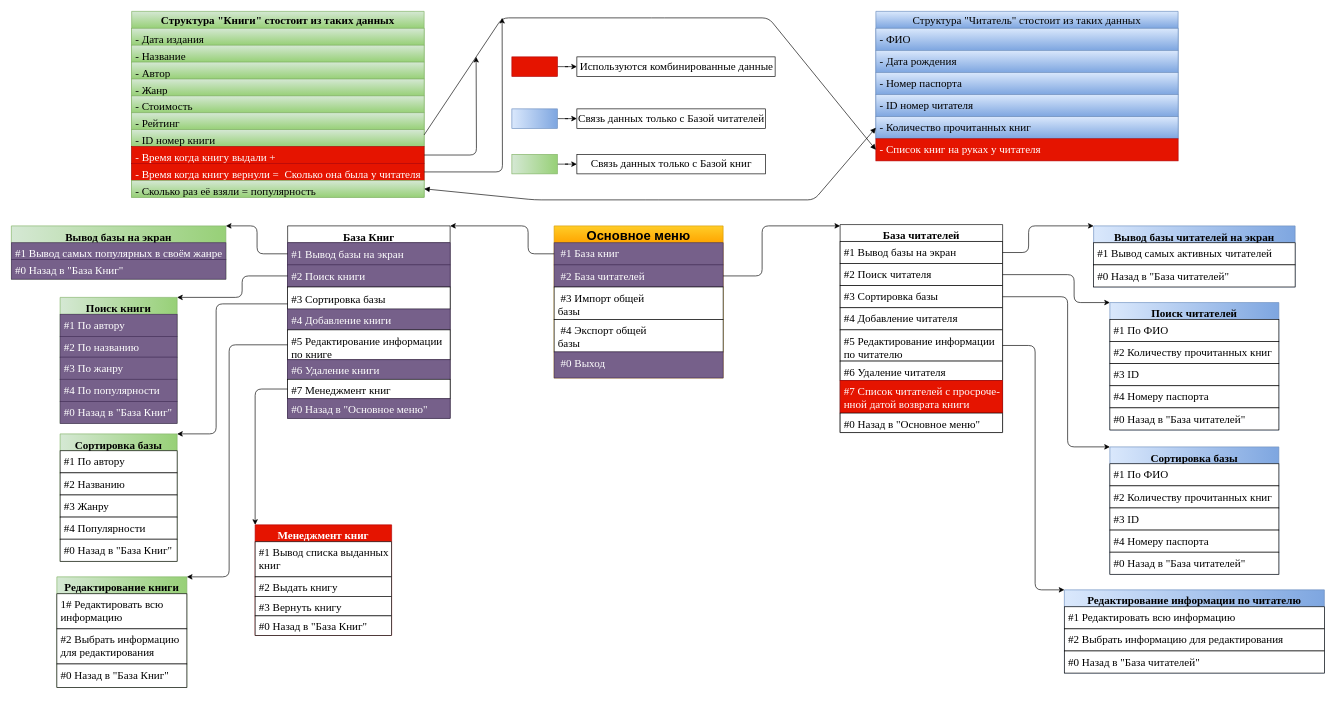
The draw.io diagram Application operation diagram.drawio in KvasAL/Digital-Library, before the edit. Source tidied: cells renumbered, new cells numbered last; positions are measured from the earlier drawing's top-left corner, leaving out a move shared by most shapes. Both pictures are drawn from the tidied source at 65%, with x=0, y=0 at pixel (11, 11).
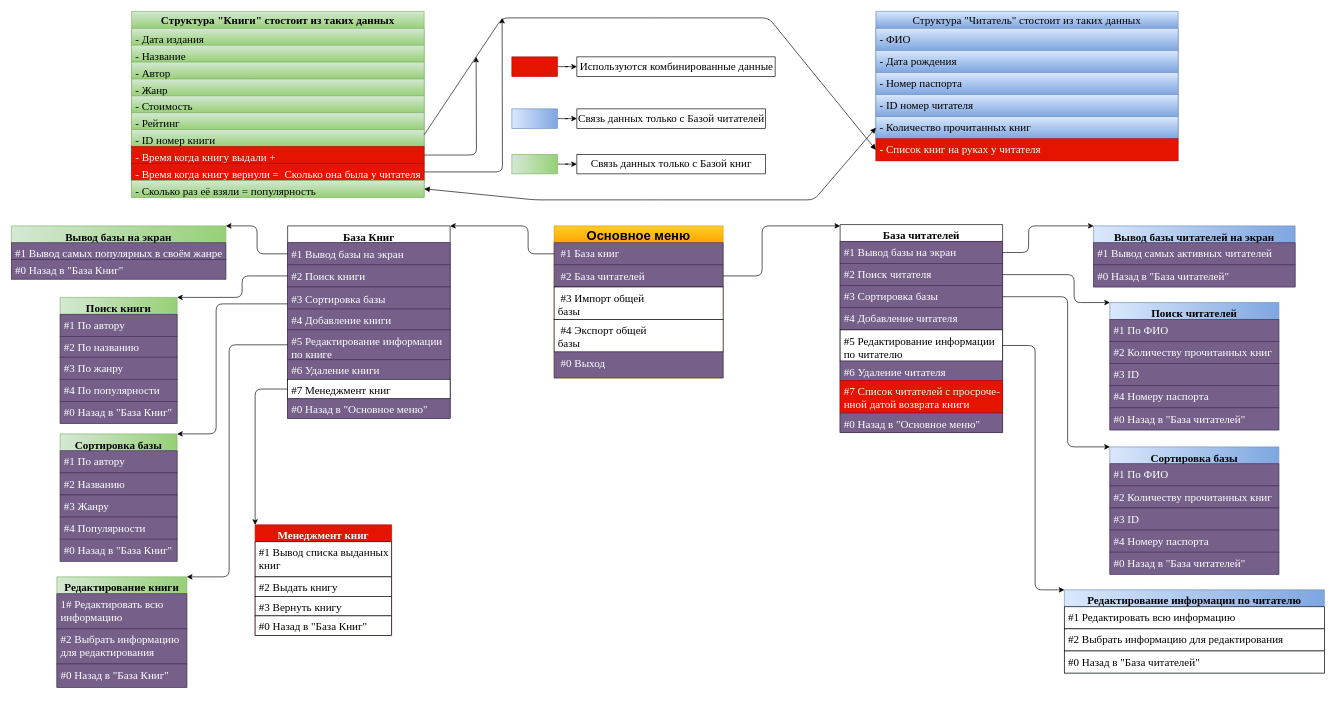
After the change.

The change refers to these unchanged cells:
```xml
<mxCell id="8" value="База Книг" style="swimlane;fontStyle=1;align=center;verticalAlign=top;horizontal=1;startSize=26;rounded=0;shadow=0;glass=0;sketch=0;fontFamily=Times New Roman;fontSize=17;strokeColor=default;strokeWidth=1;fillColor=default;gradientColor=none;gradientDirection=east;" parent="1" vertex="1">
  <mxGeometry x="425" y="330" width="250" height="296" as="geometry" />
</mxCell>
<mxCell id="26" value="Сортировка базы" style="swimlane;fontStyle=1;align=center;verticalAlign=top;horizontal=1;startSize=26;rounded=0;shadow=0;glass=0;sketch=0;fontFamily=Times New Roman;fontSize=17;strokeColor=#82b366;strokeWidth=1;fillColor=#d5e8d4;gradientDirection=east;gradientColor=#97d077;" parent="1" vertex="1">
  <mxGeometry x="75" y="650" width="180" height="196" as="geometry" />
</mxCell>
<mxCell id="32" value="Редактирование книги" style="swimlane;fontStyle=1;align=center;verticalAlign=top;horizontal=1;startSize=26;rounded=0;shadow=0;glass=0;sketch=0;fontFamily=Times New Roman;fontSize=17;strokeColor=#82b366;strokeWidth=1;fillColor=#d5e8d4;gradientDirection=east;gradientColor=#97d077;" parent="1" vertex="1">
  <mxGeometry x="70" y="870" width="200" height="170" as="geometry" />
</mxCell>
<mxCell id="67" value="База читателей" style="swimlane;fontStyle=1;align=center;verticalAlign=top;horizontal=1;startSize=26;rounded=0;shadow=0;glass=0;sketch=0;fontFamily=Times New Roman;fontSize=17;strokeColor=default;strokeWidth=1;fillColor=default;gradientColor=none;gradientDirection=east;" parent="1" vertex="1">
  <mxGeometry x="1275" y="328" width="250" height="320" as="geometry" />
</mxCell>
<mxCell id="77" value="Вывод базы читателей на экран" style="swimlane;fontStyle=1;align=center;verticalAlign=top;horizontal=1;startSize=26;rounded=0;shadow=0;glass=0;sketch=0;fontFamily=Times New Roman;fontSize=17;strokeColor=#6c8ebf;strokeWidth=1;fillColor=#dae8fc;gradientColor=#7ea6e0;gradientDirection=east;" parent="1" vertex="1">
  <mxGeometry x="1665" y="330" width="310" height="94" as="geometry" />
</mxCell>
<mxCell id="81" value="Поиск читателей" style="swimlane;fontStyle=1;align=center;verticalAlign=top;horizontal=1;startSize=26;rounded=0;shadow=0;glass=0;sketch=0;fontFamily=Times New Roman;fontSize=17;strokeColor=#6c8ebf;strokeWidth=1;fillColor=#dae8fc;gradientColor=#7ea6e0;gradientDirection=east;" parent="1" vertex="1">
  <mxGeometry x="1690" y="448" width="260" height="196" as="geometry" />
</mxCell>
<mxCell id="88" value="Сортировка базы" style="swimlane;fontStyle=1;align=center;verticalAlign=top;horizontal=1;startSize=26;rounded=0;shadow=0;glass=0;sketch=0;fontFamily=Times New Roman;fontSize=17;strokeColor=#6c8ebf;strokeWidth=1;fillColor=#dae8fc;gradientColor=#7ea6e0;gradientDirection=east;" parent="1" vertex="1">
  <mxGeometry x="1690" y="670" width="260" height="196" as="geometry" />
</mxCell>
```

What changed in the source:
```diff
@@
-    <mxCell id="11" value="#3 Сортировка базы" style="text;strokeColor=default;fillColor=default;align=left;verticalAlign=middle;spacingLeft=4;spacingRight=4;overflow=hidden;points=[[0,0.5],[1,0.5]];portConstraint=eastwest;rounded=0;shadow=0;glass=0;sketch=0;fontFamily=Times New Roman;fontSize=17;labelPosition=center;verticalLabelPosition=middle;" parent="8" vertex="1">
+    <mxCell id="11" value="#3 Сортировка базы" style="text;strokeColor=#432D57;fillColor=#76608a;align=left;verticalAlign=middle;spacingLeft=4;spacingRight=4;overflow=hidden;points=[[0,0.5],[1,0.5]];portConstraint=eastwest;rounded=0;shadow=0;glass=0;sketch=0;fontFamily=Times New Roman;fontSize=17;labelPosition=center;verticalLabelPosition=middle;fontColor=#ffffff;" parent="8" vertex="1">
       <mxGeometry y="94" width="250" height="34" as="geometry" />
     </mxCell>
@@
-    <mxCell id="13" value="#5 Редактирование информации&#10;по книге" style="text;strokeColor=default;fillColor=default;align=left;verticalAlign=top;spacingLeft=4;spacingRight=4;overflow=hidden;points=[[0,0.5],[1,0.5]];portConstraint=eastwest;rounded=0;shadow=0;glass=0;sketch=0;fontFamily=Times New Roman;fontSize=17;labelPosition=center;verticalLabelPosition=middle;" parent="8" vertex="1">
+    <mxCell id="13" value="#5 Редактирование информации&#10;по книге" style="text;strokeColor=#432D57;fillColor=#76608a;align=left;verticalAlign=top;spacingLeft=4;spacingRight=4;overflow=hidden;points=[[0,0.5],[1,0.5]];portConstraint=eastwest;rounded=0;shadow=0;glass=0;sketch=0;fontFamily=Times New Roman;fontSize=17;labelPosition=center;verticalLabelPosition=middle;fontColor=#ffffff;" parent="8" vertex="1">
       <mxGeometry y="160" width="250" height="46" as="geometry" />
     </mxCell>
@@
-    <mxCell id="27" value="#1 По автору" style="text;strokeColor=default;fillColor=default;align=left;verticalAlign=top;spacingLeft=4;spacingRight=4;overflow=hidden;rounded=0;shadow=0;glass=0;sketch=0;fontFamily=Times New Roman;fontSize=17;" parent="26" vertex="1">
+    <mxCell id="27" value="#1 По автору" style="text;strokeColor=#432D57;fillColor=#76608a;align=left;verticalAlign=top;spacingLeft=4;spacingRight=4;overflow=hidden;rounded=0;shadow=0;glass=0;sketch=0;fontFamily=Times New Roman;fontSize=17;fontColor=#ffffff;" parent="26" vertex="1">
       <mxGeometry y="26" width="180" height="34" as="geometry" />
     </mxCell>
-    <mxCell id="28" value="#2 Названию" style="text;strokeColor=default;fillColor=default;align=left;verticalAlign=top;spacingLeft=4;spacingRight=4;overflow=hidden;rounded=0;shadow=0;glass=0;sketch=0;fontFamily=Times New Roman;fontSize=17;" parent="26" vertex="1">
+    <mxCell id="28" value="#2 Названию" style="text;strokeColor=#432D57;fillColor=#76608a;align=left;verticalAlign=top;spacingLeft=4;spacingRight=4;overflow=hidden;rounded=0;shadow=0;glass=0;sketch=0;fontFamily=Times New Roman;fontSize=17;fontColor=#ffffff;" parent="26" vertex="1">
       <mxGeometry y="60" width="180" height="34" as="geometry" />
     </mxCell>
-    <mxCell id="29" value="#3 Жанру" style="text;strokeColor=default;fillColor=default;align=left;verticalAlign=top;spacingLeft=4;spacingRight=4;overflow=hidden;rounded=0;shadow=0;glass=0;sketch=0;fontFamily=Times New Roman;fontSize=17;" parent="26" vertex="1">
+    <mxCell id="29" value="#3 Жанру" style="text;strokeColor=#432D57;fillColor=#76608a;align=left;verticalAlign=top;spacingLeft=4;spacingRight=4;overflow=hidden;rounded=0;shadow=0;glass=0;sketch=0;fontFamily=Times New Roman;fontSize=17;fontColor=#ffffff;" parent="26" vertex="1">
       <mxGeometry y="94" width="180" height="34" as="geometry" />
     </mxCell>
-    <mxCell id="30" value="#4 Популярности" style="text;strokeColor=default;fillColor=default;align=left;verticalAlign=top;spacingLeft=4;spacingRight=4;overflow=hidden;rounded=0;shadow=0;glass=0;sketch=0;fontFamily=Times New Roman;fontSize=17;" parent="26" vertex="1">
+    <mxCell id="30" value="#4 Популярности" style="text;strokeColor=#432D57;fillColor=#76608a;align=left;verticalAlign=top;spacingLeft=4;spacingRight=4;overflow=hidden;rounded=0;shadow=0;glass=0;sketch=0;fontFamily=Times New Roman;fontSize=17;fontColor=#ffffff;" parent="26" vertex="1">
       <mxGeometry y="128" width="180" height="34" as="geometry" />
     </mxCell>
-    <mxCell id="31" value="#0 Назад в &quot;База Книг&quot;" style="text;strokeColor=default;fillColor=default;align=left;verticalAlign=top;spacingLeft=4;spacingRight=4;overflow=hidden;rounded=0;shadow=0;glass=0;sketch=0;fontFamily=Times New Roman;fontSize=17;" parent="26" vertex="1">
+    <mxCell id="31" value="#0 Назад в &quot;База Книг&quot;" style="text;strokeColor=#432D57;fillColor=#76608a;align=left;verticalAlign=top;spacingLeft=4;spacingRight=4;overflow=hidden;rounded=0;shadow=0;glass=0;sketch=0;fontFamily=Times New Roman;fontSize=17;fontColor=#ffffff;" parent="26" vertex="1">
       <mxGeometry y="162" width="180" height="34" as="geometry" />
     </mxCell>
@@
-    <mxCell id="33" value="1# Редактировать всю &#10;информацию" style="text;strokeColor=default;fillColor=default;align=left;verticalAlign=top;spacingLeft=4;spacingRight=4;overflow=hidden;rounded=0;shadow=0;glass=0;sketch=0;fontFamily=Times New Roman;fontSize=17;" parent="32" vertex="1">
+    <mxCell id="33" value="1# Редактировать всю &#10;информацию" style="text;strokeColor=#432D57;fillColor=#76608a;align=left;verticalAlign=top;spacingLeft=4;spacingRight=4;overflow=hidden;rounded=0;shadow=0;glass=0;sketch=0;fontFamily=Times New Roman;fontSize=17;fontColor=#ffffff;" parent="32" vertex="1">
       <mxGeometry y="26" width="200" height="54" as="geometry" />
     </mxCell>
-    <mxCell id="34" value="#2 Выбрать информацию&#10;для редактирования" style="text;strokeColor=default;fillColor=default;align=left;verticalAlign=top;spacingLeft=4;spacingRight=4;overflow=hidden;rounded=0;shadow=0;glass=0;sketch=0;fontFamily=Times New Roman;fontSize=17;" parent="32" vertex="1">
+    <mxCell id="34" value="#2 Выбрать информацию&#10;для редактирования" style="text;strokeColor=#432D57;fillColor=#76608a;align=left;verticalAlign=top;spacingLeft=4;spacingRight=4;overflow=hidden;rounded=0;shadow=0;glass=0;sketch=0;fontFamily=Times New Roman;fontSize=17;fontColor=#ffffff;" parent="32" vertex="1">
       <mxGeometry y="80" width="200" height="54" as="geometry" />
     </mxCell>
-    <mxCell id="35" value="#0 Назад в &quot;База Книг&quot;" style="text;strokeColor=default;fillColor=default;align=left;verticalAlign=top;spacingLeft=4;spacingRight=4;overflow=hidden;rounded=0;shadow=0;glass=0;sketch=0;fontFamily=Times New Roman;fontSize=17;" parent="32" vertex="1">
+    <mxCell id="35" value="#0 Назад в &quot;База Книг&quot;" style="text;strokeColor=#432D57;fillColor=#76608a;align=left;verticalAlign=top;spacingLeft=4;spacingRight=4;overflow=hidden;rounded=0;shadow=0;glass=0;sketch=0;fontFamily=Times New Roman;fontSize=17;fontColor=#ffffff;" parent="32" vertex="1">
       <mxGeometry y="134" width="200" height="36" as="geometry" />
     </mxCell>
@@
-    <mxCell id="68" value="#1 Вывод базы на экран" style="text;strokeColor=default;fillColor=default;align=left;verticalAlign=top;spacingLeft=4;spacingRight=4;overflow=hidden;points=[[0,0.5],[1,0.5]];portConstraint=eastwest;rounded=0;shadow=0;glass=0;sketch=0;fontFamily=Times New Roman;fontSize=17;" parent="67" vertex="1">
+    <mxCell id="68" value="#1 Вывод базы на экран" style="text;strokeColor=#432D57;fillColor=#76608a;align=left;verticalAlign=top;spacingLeft=4;spacingRight=4;overflow=hidden;points=[[0,0.5],[1,0.5]];portConstraint=eastwest;rounded=0;shadow=0;glass=0;sketch=0;fontFamily=Times New Roman;fontSize=17;fontColor=#ffffff;" parent="67" vertex="1">
       <mxGeometry y="26" width="250" height="34" as="geometry" />
     </mxCell>
-    <mxCell id="69" value="#2 Поиск читателя" style="text;strokeColor=default;fillColor=default;align=left;verticalAlign=top;spacingLeft=4;spacingRight=4;overflow=hidden;points=[[0,0.5],[1,0.5]];portConstraint=eastwest;rounded=0;shadow=0;glass=0;sketch=0;fontFamily=Times New Roman;fontSize=17;" parent="67" vertex="1">
+    <mxCell id="69" value="#2 Поиск читателя" style="text;strokeColor=#432D57;fillColor=#76608a;align=left;verticalAlign=top;spacingLeft=4;spacingRight=4;overflow=hidden;points=[[0,0.5],[1,0.5]];portConstraint=eastwest;rounded=0;shadow=0;glass=0;sketch=0;fontFamily=Times New Roman;fontSize=17;fontColor=#ffffff;" parent="67" vertex="1">
       <mxGeometry y="60" width="250" height="34" as="geometry" />
     </mxCell>
-    <mxCell id="70" value="#3 Сортировка базы" style="text;strokeColor=default;fillColor=default;align=left;verticalAlign=top;spacingLeft=4;spacingRight=4;overflow=hidden;points=[[0,0.5],[1,0.5]];portConstraint=eastwest;rounded=0;shadow=0;glass=0;sketch=0;fontFamily=Times New Roman;fontSize=17;" parent="67" vertex="1">
+    <mxCell id="70" value="#3 Сортировка базы" style="text;strokeColor=#432D57;fillColor=#76608a;align=left;verticalAlign=top;spacingLeft=4;spacingRight=4;overflow=hidden;points=[[0,0.5],[1,0.5]];portConstraint=eastwest;rounded=0;shadow=0;glass=0;sketch=0;fontFamily=Times New Roman;fontSize=17;fontColor=#ffffff;" parent="67" vertex="1">
       <mxGeometry y="94" width="250" height="34" as="geometry" />
     </mxCell>
-    <mxCell id="71" value="#4 Добавление читателя" style="text;strokeColor=default;fillColor=default;align=left;verticalAlign=top;spacingLeft=4;spacingRight=4;overflow=hidden;rounded=0;shadow=0;glass=0;sketch=0;fontFamily=Times New Roman;fontSize=17;" parent="67" vertex="1">
+    <mxCell id="71" value="#4 Добавление читателя" style="text;strokeColor=#432D57;fillColor=#76608a;align=left;verticalAlign=top;spacingLeft=4;spacingRight=4;overflow=hidden;rounded=0;shadow=0;glass=0;sketch=0;fontFamily=Times New Roman;fontSize=17;fontColor=#ffffff;" parent="67" vertex="1">
       <mxGeometry y="128" width="250" height="34" as="geometry" />
     </mxCell>
@@
-    <mxCell id="73" value="#6 Удаление читателя" style="text;strokeColor=default;fillColor=default;align=left;verticalAlign=top;spacingLeft=4;spacingRight=4;overflow=hidden;rounded=0;shadow=0;glass=0;sketch=0;fontFamily=Times New Roman;fontSize=17;" parent="67" vertex="1">
+    <mxCell id="73" value="#6 Удаление читателя" style="text;strokeColor=#432D57;fillColor=#76608a;align=left;verticalAlign=top;spacingLeft=4;spacingRight=4;overflow=hidden;rounded=0;shadow=0;glass=0;sketch=0;fontFamily=Times New Roman;fontSize=17;fontColor=#ffffff;" parent="67" vertex="1">
       <mxGeometry y="210" width="250" height="30" as="geometry" />
     </mxCell>
@@
-    <mxCell id="75" value="#0 Назад в &quot;Основное меню&quot;" style="text;strokeColor=default;fillColor=default;align=left;verticalAlign=top;spacingLeft=4;spacingRight=4;overflow=hidden;rounded=0;shadow=0;glass=0;sketch=0;fontFamily=Times New Roman;fontSize=17;" parent="67" vertex="1">
+    <mxCell id="75" value="#0 Назад в &quot;Основное меню&quot;" style="text;strokeColor=#432D57;fillColor=#76608a;align=left;verticalAlign=top;spacingLeft=4;spacingRight=4;overflow=hidden;rounded=0;shadow=0;glass=0;sketch=0;fontFamily=Times New Roman;fontSize=17;fontColor=#ffffff;" parent="67" vertex="1">
       <mxGeometry y="290" width="250" height="30" as="geometry" />
     </mxCell>
@@
-    <mxCell id="78" value="#1 Вывод самых активных читателей" style="text;strokeColor=default;fillColor=default;align=left;verticalAlign=top;spacingLeft=4;spacingRight=4;overflow=hidden;rounded=0;shadow=0;glass=0;sketch=0;fontFamily=Times New Roman;fontSize=17;" parent="77" vertex="1">
+    <mxCell id="78" value="#1 Вывод самых активных читателей" style="text;strokeColor=#432D57;fillColor=#76608a;align=left;verticalAlign=top;spacingLeft=4;spacingRight=4;overflow=hidden;rounded=0;shadow=0;glass=0;sketch=0;fontFamily=Times New Roman;fontSize=17;fontColor=#ffffff;" parent="77" vertex="1">
       <mxGeometry y="26" width="310" height="34" as="geometry" />
     </mxCell>
-    <mxCell id="79" value="#0 Назад в &quot;База читателей&quot;" style="text;strokeColor=default;fillColor=default;align=left;verticalAlign=top;spacingLeft=4;spacingRight=4;overflow=hidden;rounded=0;shadow=0;glass=0;sketch=0;fontFamily=Times New Roman;fontSize=17;" parent="77" vertex="1">
+    <mxCell id="79" value="#0 Назад в &quot;База читателей&quot;" style="text;strokeColor=#432D57;fillColor=#76608a;align=left;verticalAlign=top;spacingLeft=4;spacingRight=4;overflow=hidden;rounded=0;shadow=0;glass=0;sketch=0;fontFamily=Times New Roman;fontSize=17;fontColor=#ffffff;" parent="77" vertex="1">
       <mxGeometry y="60" width="310" height="34" as="geometry" />
     </mxCell>
@@
-    <mxCell id="82" value="#1 По ФИО" style="text;strokeColor=default;fillColor=default;align=left;verticalAlign=top;spacingLeft=4;spacingRight=4;overflow=hidden;rounded=0;shadow=0;glass=0;sketch=0;fontFamily=Times New Roman;fontSize=17;" parent="81" vertex="1">
+    <mxCell id="82" value="#1 По ФИО" style="text;strokeColor=#432D57;fillColor=#76608a;align=left;verticalAlign=top;spacingLeft=4;spacingRight=4;overflow=hidden;rounded=0;shadow=0;glass=0;sketch=0;fontFamily=Times New Roman;fontSize=17;fontColor=#ffffff;" parent="81" vertex="1">
       <mxGeometry y="26" width="260" height="34" as="geometry" />
     </mxCell>
-    <mxCell id="83" value="#2 Количеству прочитанных книг" style="text;strokeColor=default;fillColor=default;align=left;verticalAlign=top;spacingLeft=4;spacingRight=4;overflow=hidden;rounded=0;shadow=0;glass=0;sketch=0;fontFamily=Times New Roman;fontSize=17;" parent="81" vertex="1">
+    <mxCell id="83" value="#2 Количеству прочитанных книг" style="text;strokeColor=#432D57;fillColor=#76608a;align=left;verticalAlign=top;spacingLeft=4;spacingRight=4;overflow=hidden;rounded=0;shadow=0;glass=0;sketch=0;fontFamily=Times New Roman;fontSize=17;fontColor=#ffffff;" parent="81" vertex="1">
       <mxGeometry y="60" width="260" height="34" as="geometry" />
     </mxCell>
-    <mxCell id="84" value="#3 ID" style="text;strokeColor=default;fillColor=default;align=left;verticalAlign=top;spacingLeft=4;spacingRight=4;overflow=hidden;rounded=0;shadow=0;glass=0;sketch=0;fontFamily=Times New Roman;fontSize=17;" parent="81" vertex="1">
+    <mxCell id="84" value="#3 ID" style="text;strokeColor=#432D57;fillColor=#76608a;align=left;verticalAlign=top;spacingLeft=4;spacingRight=4;overflow=hidden;rounded=0;shadow=0;glass=0;sketch=0;fontFamily=Times New Roman;fontSize=17;fontColor=#ffffff;" parent="81" vertex="1">
       <mxGeometry y="94" width="260" height="34" as="geometry" />
     </mxCell>
-    <mxCell id="85" value="#4 Номеру паспорта" style="text;strokeColor=default;fillColor=default;align=left;verticalAlign=top;spacingLeft=4;spacingRight=4;overflow=hidden;rounded=0;shadow=0;glass=0;sketch=0;fontFamily=Times New Roman;fontSize=17;" parent="81" vertex="1">
+    <mxCell id="85" value="#4 Номеру паспорта" style="text;strokeColor=#432D57;fillColor=#76608a;align=left;verticalAlign=top;spacingLeft=4;spacingRight=4;overflow=hidden;rounded=0;shadow=0;glass=0;sketch=0;fontFamily=Times New Roman;fontSize=17;fontColor=#ffffff;" parent="81" vertex="1">
       <mxGeometry y="128" width="260" height="34" as="geometry" />
     </mxCell>
-    <mxCell id="86" value="#0 Назад в &quot;База читателей&quot;" style="text;strokeColor=default;fillColor=default;align=left;verticalAlign=top;spacingLeft=4;spacingRight=4;overflow=hidden;rounded=0;shadow=0;glass=0;sketch=0;fontFamily=Times New Roman;fontSize=17;" parent="81" vertex="1">
+    <mxCell id="86" value="#0 Назад в &quot;База читателей&quot;" style="text;strokeColor=#432D57;fillColor=#76608a;align=left;verticalAlign=top;spacingLeft=4;spacingRight=4;overflow=hidden;rounded=0;shadow=0;glass=0;sketch=0;fontFamily=Times New Roman;fontSize=17;fontColor=#ffffff;" parent="81" vertex="1">
       <mxGeometry y="162" width="260" height="34" as="geometry" />
     </mxCell>
@@
-    <mxCell id="89" value="#1 По ФИО" style="text;strokeColor=default;fillColor=default;align=left;verticalAlign=top;spacingLeft=4;spacingRight=4;overflow=hidden;rounded=0;shadow=0;glass=0;sketch=0;fontFamily=Times New Roman;fontSize=17;" parent="88" vertex="1">
+    <mxCell id="89" value="#1 По ФИО" style="text;strokeColor=#432D57;fillColor=#76608a;align=left;verticalAlign=top;spacingLeft=4;spacingRight=4;overflow=hidden;rounded=0;shadow=0;glass=0;sketch=0;fontFamily=Times New Roman;fontSize=17;fontColor=#ffffff;" parent="88" vertex="1">
       <mxGeometry y="26" width="260" height="34" as="geometry" />
     </mxCell>
-    <mxCell id="90" value="#2 Количеству прочитанных книг" style="text;strokeColor=default;fillColor=default;align=left;verticalAlign=top;spacingLeft=4;spacingRight=4;overflow=hidden;rounded=0;shadow=0;glass=0;sketch=0;fontFamily=Times New Roman;fontSize=17;" parent="88" vertex="1">
+    <mxCell id="90" value="#2 Количеству прочитанных книг" style="text;strokeColor=#432D57;fillColor=#76608a;align=left;verticalAlign=top;spacingLeft=4;spacingRight=4;overflow=hidden;rounded=0;shadow=0;glass=0;sketch=0;fontFamily=Times New Roman;fontSize=17;fontColor=#ffffff;" parent="88" vertex="1">
       <mxGeometry y="60" width="260" height="34" as="geometry" />
     </mxCell>
-    <mxCell id="91" value="#3 ID" style="text;strokeColor=default;fillColor=default;align=left;verticalAlign=top;spacingLeft=4;spacingRight=4;overflow=hidden;rounded=0;shadow=0;glass=0;sketch=0;fontFamily=Times New Roman;fontSize=17;" parent="88" vertex="1">
+    <mxCell id="91" value="#3 ID" style="text;strokeColor=#432D57;fillColor=#76608a;align=left;verticalAlign=top;spacingLeft=4;spacingRight=4;overflow=hidden;rounded=0;shadow=0;glass=0;sketch=0;fontFamily=Times New Roman;fontSize=17;fontColor=#ffffff;" parent="88" vertex="1">
       <mxGeometry y="94" width="260" height="34" as="geometry" />
     </mxCell>
-    <mxCell id="92" value="#4 Номеру паспорта" style="text;strokeColor=default;fillColor=default;align=left;verticalAlign=top;spacingLeft=4;spacingRight=4;overflow=hidden;rounded=0;shadow=0;glass=0;sketch=0;fontFamily=Times New Roman;fontSize=17;" parent="88" vertex="1">
+    <mxCell id="92" value="#4 Номеру паспорта" style="text;strokeColor=#432D57;fillColor=#76608a;align=left;verticalAlign=top;spacingLeft=4;spacingRight=4;overflow=hidden;rounded=0;shadow=0;glass=0;sketch=0;fontFamily=Times New Roman;fontSize=17;fontColor=#ffffff;" parent="88" vertex="1">
       <mxGeometry y="128" width="260" height="34" as="geometry" />
     </mxCell>
-    <mxCell id="93" value="#0 Назад в &quot;База читателей&quot;" style="text;strokeColor=default;fillColor=default;align=left;verticalAlign=top;spacingLeft=4;spacingRight=4;overflow=hidden;rounded=0;shadow=0;glass=0;sketch=0;fontFamily=Times New Roman;fontSize=17;" parent="88" vertex="1">
+    <mxCell id="93" value="#0 Назад в &quot;База читателей&quot;" style="text;strokeColor=#432D57;fillColor=#76608a;align=left;verticalAlign=top;spacingLeft=4;spacingRight=4;overflow=hidden;rounded=0;shadow=0;glass=0;sketch=0;fontFamily=Times New Roman;fontSize=17;fontColor=#ffffff;" parent="88" vertex="1">
       <mxGeometry y="162" width="260" height="34" as="geometry" />
     </mxCell>
```
